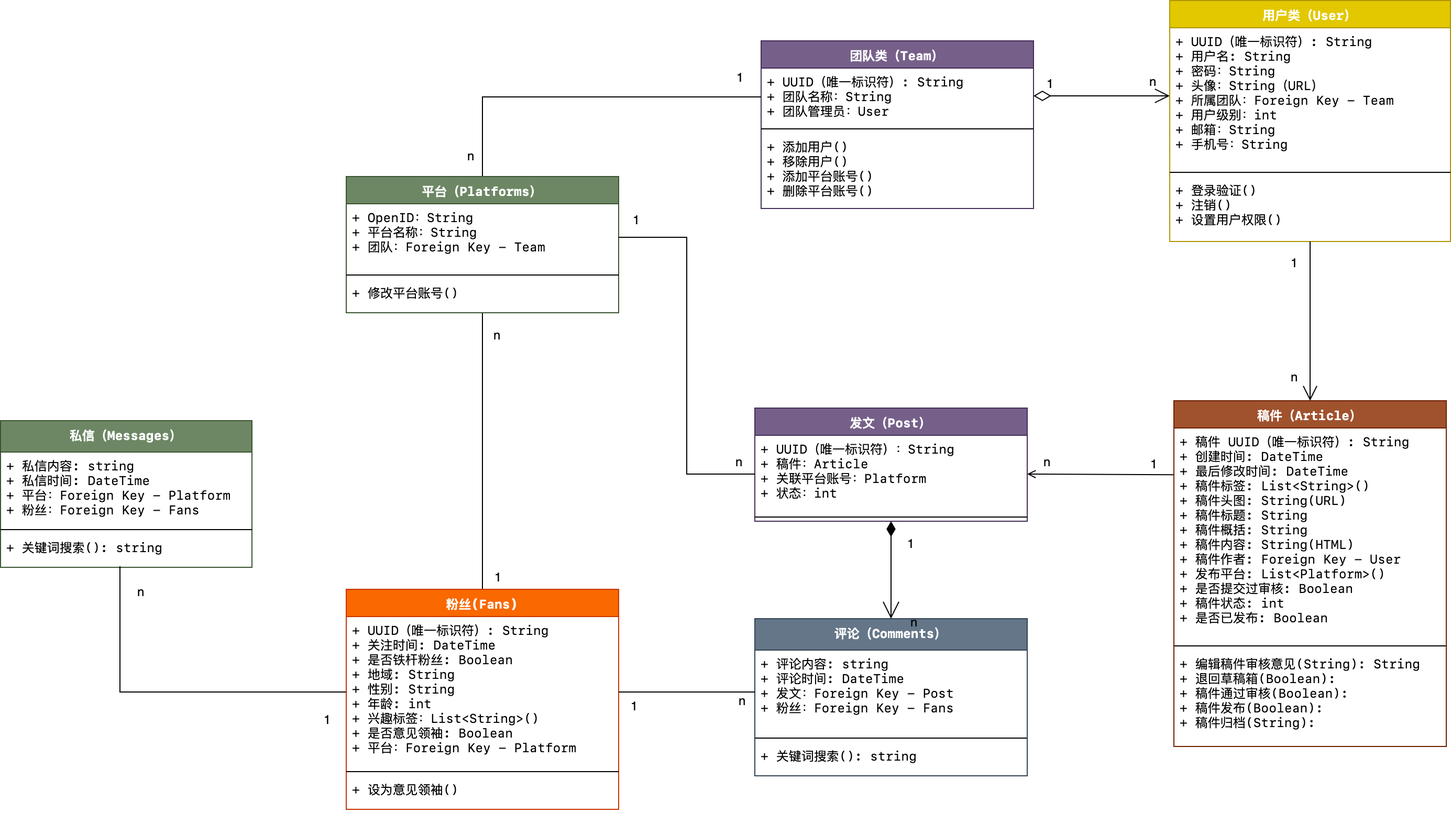
zan-press/diagram keeps this draw.io diagram as 1-SoftwareRequirements/PublicClass/public_class.png. Above is the earlier version. Source tidied: cells renumbered, new cells last; positions are measured from the earlier drawing's top-left corner, leaving out a move shared by most shapes.
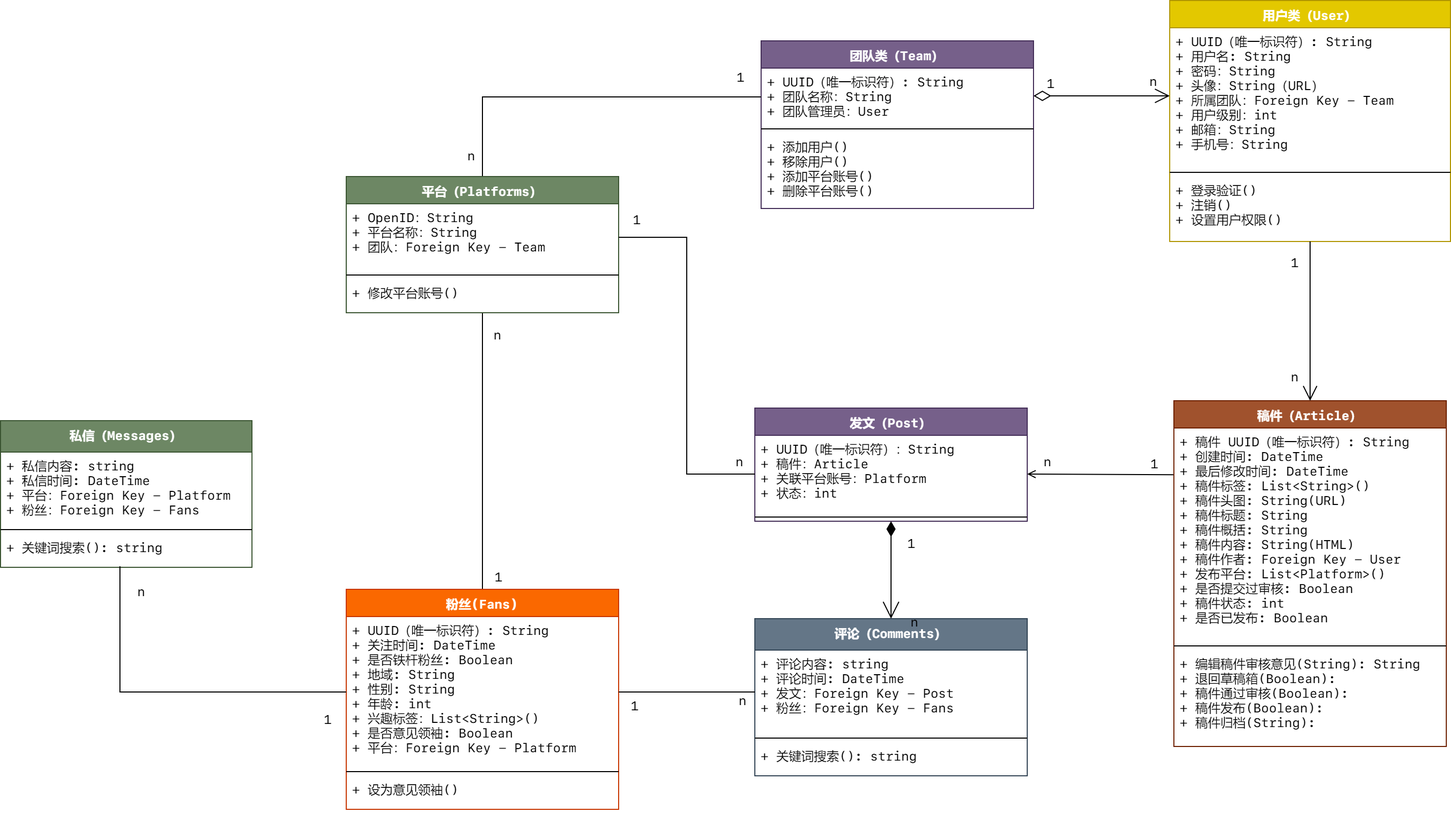
Later version of the same file.

Commit message:
Update public class diagram

The edit, as a diff of the source:
```diff
@@ -38,7 +38,7 @@
     <mxCell id="13" value="+ 关键词搜索(): string" style="text;strokeColor=none;fillColor=none;align=left;verticalAlign=top;spacingLeft=4;spacingRight=4;overflow=hidden;fontFamily=SF Mono;" parent="10" vertex="1">
       <mxGeometry y="118" width="260" height="32" as="geometry" />
     </mxCell>
-    <mxCell id="14" style="edgeStyle=orthogonalEdgeStyle;rounded=0;jettySize=auto;html=1;startArrow=none;startFill=0;endArrow=none;endFill=0;fontSize=12;" parent="1" edge="1" source="15" target="31">
+    <mxCell id="14" style="edgeStyle=orthogonalEdgeStyle;rounded=0;jettySize=auto;html=1;startArrow=none;startFill=0;endArrow=none;endFill=0;fontSize=12;fontFamily=SF Mono;" parent="1" edge="1" source="15" target="31">
       <mxGeometry relative="1" as="geometry">
         <Array as="points">
           <mxPoint x="459" y="691" />
@@ -82,7 +82,7 @@
     <mxCell id="26" value="+ 添加用户()&#10;+ 移除用户()&#10;+ 添加平台账号()&#10;+ 删除平台账号()" style="text;strokeColor=none;fillColor=none;align=left;verticalAlign=top;spacingLeft=4;spacingRight=4;overflow=hidden;fontFamily=SF Mono;" parent="23" vertex="1">
       <mxGeometry y="88" width="260" height="72" as="geometry" />
     </mxCell>
-    <mxCell id="27" style="edgeStyle=orthogonalEdgeStyle;rounded=0;jettySize=auto;html=1;exitX=0.5;exitY=0;exitDx=0;exitDy=0;entryX=0;entryY=0.5;entryDx=0;entryDy=0;startArrow=none;startFill=0;endArrow=none;endFill=0;fontSize=12;" parent="1" edge="1" source="28" target="24">
+    <mxCell id="27" style="edgeStyle=orthogonalEdgeStyle;rounded=0;jettySize=auto;html=1;exitX=0.5;exitY=0;exitDx=0;exitDy=0;entryX=0;entryY=0.5;entryDx=0;entryDy=0;startArrow=none;startFill=0;endArrow=none;endFill=0;fontSize=12;fontFamily=SF Mono;" parent="1" edge="1" source="28" target="24">
       <mxGeometry relative="1" as="geometry" />
     </mxCell>
     <mxCell id="28" value="平台（Platforms）" style="swimlane;fontStyle=1;align=center;verticalAlign=top;horizontal=1;startSize=26;fillColor=#6d8764;strokeColor=#3A5431;fontColor=#ffffff;fontFamily=SF Mono;" parent="1" vertex="1">
@@ -106,82 +106,82 @@
     <mxCell id="34" style="line;strokeWidth=1;fillColor=none;align=left;verticalAlign=middle;spacingTop=-1;spacingLeft=3;spacingRight=3;labelPosition=right;fontFamily=SF Mono;" parent="32" vertex="1">
       <mxGeometry y="100" width="260" height="8" as="geometry" />
     </mxCell>
-    <mxCell id="35" value="n" style="text;html=1;align=left;verticalAlign=top;spacingTop=-4;fontSize=12;" parent="1" vertex="1">
+    <mxCell id="35" value="n" style="text;html=1;align=left;verticalAlign=top;spacingTop=-4;fontSize=12;fontFamily=SF Mono;" parent="1" vertex="1">
       <mxGeometry x="700" y="431" width="20" height="20" as="geometry" />
     </mxCell>
-    <mxCell id="36" style="endArrow=none;endFill=0;endSize=12;html=1;fontSize=12;exitX=1;exitY=0.5;exitDx=0;exitDy=0;entryX=-0.002;entryY=0.219;entryDx=0;entryDy=0;entryPerimeter=0;startArrow=open;startFill=0;" parent="1" edge="1" source="33" target="3">
+    <mxCell id="36" style="endArrow=none;endFill=0;endSize=12;html=1;fontSize=12;exitX=1;exitY=0.5;exitDx=0;exitDy=0;entryX=-0.002;entryY=0.219;entryDx=0;entryDy=0;entryPerimeter=0;startArrow=open;startFill=0;fontFamily=SF Mono;" parent="1" edge="1" source="33" target="3">
       <mxGeometry relative="1" as="geometry" />
     </mxCell>
-    <mxCell id="37" value="1" style="text;html=1;align=left;verticalAlign=top;spacingTop=-4;fontSize=12;" parent="1" vertex="1">
+    <mxCell id="37" value="1" style="text;html=1;align=left;verticalAlign=top;spacingTop=-4;fontSize=12;fontFamily=SF Mono;" parent="1" vertex="1">
       <mxGeometry x="1096" y="433" width="20" height="20" as="geometry" />
     </mxCell>
-    <mxCell id="38" value="n" style="text;html=1;align=left;verticalAlign=top;spacingTop=-4;fontSize=12;" parent="1" vertex="1">
+    <mxCell id="38" value="n" style="text;html=1;align=left;verticalAlign=top;spacingTop=-4;fontSize=12;fontFamily=SF Mono;" parent="1" vertex="1">
       <mxGeometry x="994" y="431" width="20" height="20" as="geometry" />
     </mxCell>
-    <mxCell id="39" style="endArrow=open;endFill=1;endSize=12;html=1;fontSize=12;entryX=0.5;entryY=0;entryDx=0;entryDy=0;" parent="1" edge="1" source="22" target="2">
+    <mxCell id="39" style="endArrow=open;endFill=1;endSize=12;html=1;fontSize=12;entryX=0.5;entryY=0;entryDx=0;entryDy=0;fontFamily=SF Mono;" parent="1" edge="1" source="22" target="2">
       <mxGeometry relative="1" as="geometry" />
     </mxCell>
-    <mxCell id="40" value="1" style="text;html=1;align=left;verticalAlign=top;spacingTop=-4;fontSize=12;" parent="1" vertex="1">
+    <mxCell id="40" value="1" style="text;html=1;align=left;verticalAlign=top;spacingTop=-4;fontSize=12;fontFamily=SF Mono;" parent="1" vertex="1">
       <mxGeometry x="1230" y="241" width="20" height="20" as="geometry" />
     </mxCell>
-    <mxCell id="41" value="n" style="text;html=1;align=left;verticalAlign=top;spacingTop=-4;fontSize=12;" parent="1" vertex="1">
+    <mxCell id="41" value="n" style="text;html=1;align=left;verticalAlign=top;spacingTop=-4;fontSize=12;fontFamily=SF Mono;" parent="1" vertex="1">
       <mxGeometry x="1230" y="350" width="20" height="20" as="geometry" />
     </mxCell>
-    <mxCell id="42" style="endArrow=open;html=1;endSize=12;startArrow=diamondThin;startSize=14;startFill=0;edgeStyle=orthogonalEdgeStyle;align=left;verticalAlign=bottom;fontSize=12;" parent="1" edge="1">
+    <mxCell id="42" style="endArrow=open;html=1;endSize=12;startArrow=diamondThin;startSize=14;startFill=0;edgeStyle=orthogonalEdgeStyle;align=left;verticalAlign=bottom;fontSize=12;fontFamily=SF Mono;" parent="1" edge="1">
       <mxGeometry x="-1" y="3" relative="1" as="geometry">
         <mxPoint x="986" y="91" as="sourcePoint" />
         <mxPoint x="1116" y="91" as="targetPoint" />
       </mxGeometry>
     </mxCell>
-    <mxCell id="43" value="n" style="text;html=1;align=left;verticalAlign=top;spacingTop=-4;fontSize=12;" parent="1" vertex="1">
+    <mxCell id="43" value="n" style="text;html=1;align=left;verticalAlign=top;spacingTop=-4;fontSize=12;fontFamily=SF Mono;" parent="1" vertex="1">
       <mxGeometry x="1095" y="68" width="20" height="20" as="geometry" />
     </mxCell>
-    <mxCell id="44" style="endArrow=diamondThin;html=1;endSize=12;startArrow=open;startSize=14;startFill=0;edgeStyle=orthogonalEdgeStyle;align=left;verticalAlign=bottom;fontSize=12;exitX=0.5;exitY=0;exitDx=0;exitDy=0;entryX=0.5;entryY=1;entryDx=0;entryDy=0;endFill=1;" parent="1" edge="1" source="10" target="32">
+    <mxCell id="44" style="endArrow=diamondThin;html=1;endSize=12;startArrow=open;startSize=14;startFill=0;edgeStyle=orthogonalEdgeStyle;align=left;verticalAlign=bottom;fontSize=12;exitX=0.5;exitY=0;exitDx=0;exitDy=0;entryX=0.5;entryY=1;entryDx=0;entryDy=0;endFill=1;fontFamily=SF Mono;" parent="1" edge="1" source="10" target="32">
       <mxGeometry x="-1" y="3" relative="1" as="geometry" />
     </mxCell>
-    <mxCell id="45" value="n" style="text;html=1;align=left;verticalAlign=top;spacingTop=-4;fontSize=12;" parent="1" vertex="1">
+    <mxCell id="45" value="n" style="text;html=1;align=left;verticalAlign=top;spacingTop=-4;fontSize=12;fontFamily=SF Mono;" parent="1" vertex="1">
       <mxGeometry x="867" y="584" width="20" height="20" as="geometry" />
     </mxCell>
-    <mxCell id="46" value="1" style="text;html=1;align=left;verticalAlign=top;spacingTop=-4;fontSize=12;" parent="1" vertex="1">
+    <mxCell id="46" value="1" style="text;html=1;align=left;verticalAlign=top;spacingTop=-4;fontSize=12;fontFamily=SF Mono;" parent="1" vertex="1">
       <mxGeometry x="864" y="509" width="20" height="20" as="geometry" />
     </mxCell>
-    <mxCell id="47" value="1" style="text;html=1;align=left;verticalAlign=top;spacingTop=-4;fontSize=12;" parent="1" vertex="1">
+    <mxCell id="47" value="1" style="text;html=1;align=left;verticalAlign=top;spacingTop=-4;fontSize=12;fontFamily=SF Mono;" parent="1" vertex="1">
       <mxGeometry x="997" y="70" width="20" height="20" as="geometry" />
     </mxCell>
-    <mxCell id="48" value="n" style="text;html=1;align=left;verticalAlign=top;spacingTop=-4;fontSize=12;" parent="1" vertex="1">
+    <mxCell id="48" value="n" style="text;html=1;align=left;verticalAlign=top;spacingTop=-4;fontSize=12;fontFamily=SF Mono;" parent="1" vertex="1">
       <mxGeometry x="703" y="659" width="20" height="20" as="geometry" />
     </mxCell>
-    <mxCell id="49" style="edgeStyle=orthogonalEdgeStyle;rounded=0;jettySize=auto;html=1;exitX=0;exitY=0.5;exitDx=0;exitDy=0;entryX=0.476;entryY=0.98;entryDx=0;entryDy=0;entryPerimeter=0;startArrow=none;startFill=0;endArrow=none;endFill=0;fontSize=12;" parent="1" edge="1" source="16" target="9">
+    <mxCell id="49" style="edgeStyle=orthogonalEdgeStyle;rounded=0;jettySize=auto;html=1;exitX=0;exitY=0.5;exitDx=0;exitDy=0;entryX=0.476;entryY=0.98;entryDx=0;entryDy=0;entryPerimeter=0;startArrow=none;startFill=0;endArrow=none;endFill=0;fontSize=12;fontFamily=SF Mono;" parent="1" edge="1" source="16" target="9">
       <mxGeometry relative="1" as="geometry" />
     </mxCell>
-    <mxCell id="50" style="edgeStyle=orthogonalEdgeStyle;rounded=0;jettySize=auto;html=1;exitX=1;exitY=0.5;exitDx=0;exitDy=0;entryX=0;entryY=0.5;entryDx=0;entryDy=0;startArrow=none;startFill=0;endArrow=none;endFill=0;fontSize=12;" parent="1" edge="1" source="16" target="11">
+    <mxCell id="50" style="edgeStyle=orthogonalEdgeStyle;rounded=0;jettySize=auto;html=1;exitX=1;exitY=0.5;exitDx=0;exitDy=0;entryX=0;entryY=0.5;entryDx=0;entryDy=0;startArrow=none;startFill=0;endArrow=none;endFill=0;fontSize=12;fontFamily=SF Mono;" parent="1" edge="1" source="16" target="11">
       <mxGeometry relative="1" as="geometry" />
     </mxCell>
-    <mxCell id="51" value="1" style="text;html=1;align=left;verticalAlign=top;spacingTop=-4;fontSize=12;" parent="1" vertex="1">
+    <mxCell id="51" value="1" style="text;html=1;align=left;verticalAlign=top;spacingTop=-4;fontSize=12;fontFamily=SF Mono;" parent="1" vertex="1">
       <mxGeometry x="470" y="541" width="20" height="20" as="geometry" />
     </mxCell>
-    <mxCell id="52" style="edgeStyle=orthogonalEdgeStyle;rounded=0;jettySize=auto;html=1;startArrow=none;startFill=0;endArrow=none;endFill=0;fontSize=12;" parent="1" edge="1" source="29" target="33">
+    <mxCell id="52" style="edgeStyle=orthogonalEdgeStyle;rounded=0;jettySize=auto;html=1;startArrow=none;startFill=0;endArrow=none;endFill=0;fontSize=12;fontFamily=SF Mono;" parent="1" edge="1" source="29" target="33">
       <mxGeometry relative="1" as="geometry" />
     </mxCell>
-    <mxCell id="53" value="1" style="text;html=1;align=left;verticalAlign=top;spacingTop=-4;fontSize=12;" parent="1" vertex="1">
+    <mxCell id="53" value="1" style="text;html=1;align=left;verticalAlign=top;spacingTop=-4;fontSize=12;fontFamily=SF Mono;" parent="1" vertex="1">
       <mxGeometry x="602" y="200" width="20" height="20" as="geometry" />
     </mxCell>
-    <mxCell id="54" value="1" style="text;html=1;align=left;verticalAlign=top;spacingTop=-4;fontSize=12;" parent="1" vertex="1">
+    <mxCell id="54" value="1" style="text;html=1;align=left;verticalAlign=top;spacingTop=-4;fontSize=12;fontFamily=SF Mono;" parent="1" vertex="1">
       <mxGeometry x="600" y="664" width="20" height="20" as="geometry" />
     </mxCell>
-    <mxCell id="55" value="n" style="text;html=1;align=left;verticalAlign=top;spacingTop=-4;fontSize=12;" parent="1" vertex="1">
+    <mxCell id="55" value="n" style="text;html=1;align=left;verticalAlign=top;spacingTop=-4;fontSize=12;fontFamily=SF Mono;" parent="1" vertex="1">
       <mxGeometry x="469" y="310" width="20" height="20" as="geometry" />
     </mxCell>
-    <mxCell id="56" value="1" style="text;html=1;align=left;verticalAlign=top;spacingTop=-4;fontSize=12;" parent="1" vertex="1">
+    <mxCell id="56" value="1" style="text;html=1;align=left;verticalAlign=top;spacingTop=-4;fontSize=12;fontFamily=SF Mono;" parent="1" vertex="1">
       <mxGeometry x="307" y="677" width="20" height="20" as="geometry" />
     </mxCell>
-    <mxCell id="57" value="n" style="text;html=1;align=left;verticalAlign=top;spacingTop=-4;fontSize=12;" parent="1" vertex="1">
+    <mxCell id="57" value="n" style="text;html=1;align=left;verticalAlign=top;spacingTop=-4;fontSize=12;fontFamily=SF Mono;" parent="1" vertex="1">
       <mxGeometry x="129" y="555" width="20" height="20" as="geometry" />
     </mxCell>
-    <mxCell id="58" value="1" style="text;html=1;align=left;verticalAlign=top;spacingTop=-4;fontSize=12;" parent="1" vertex="1">
+    <mxCell id="58" value="1" style="text;html=1;align=left;verticalAlign=top;spacingTop=-4;fontSize=12;fontFamily=SF Mono;" parent="1" vertex="1">
       <mxGeometry x="701" y="64" width="20" height="20" as="geometry" />
     </mxCell>
-    <mxCell id="59" value="n" style="text;html=1;align=left;verticalAlign=top;spacingTop=-4;fontSize=12;" parent="1" vertex="1">
+    <mxCell id="59" value="n" style="text;html=1;align=left;verticalAlign=top;spacingTop=-4;fontSize=12;fontFamily=SF Mono;" parent="1" vertex="1">
       <mxGeometry x="444" y="139" width="20" height="20" as="geometry" />
     </mxCell>
   </root>
```
